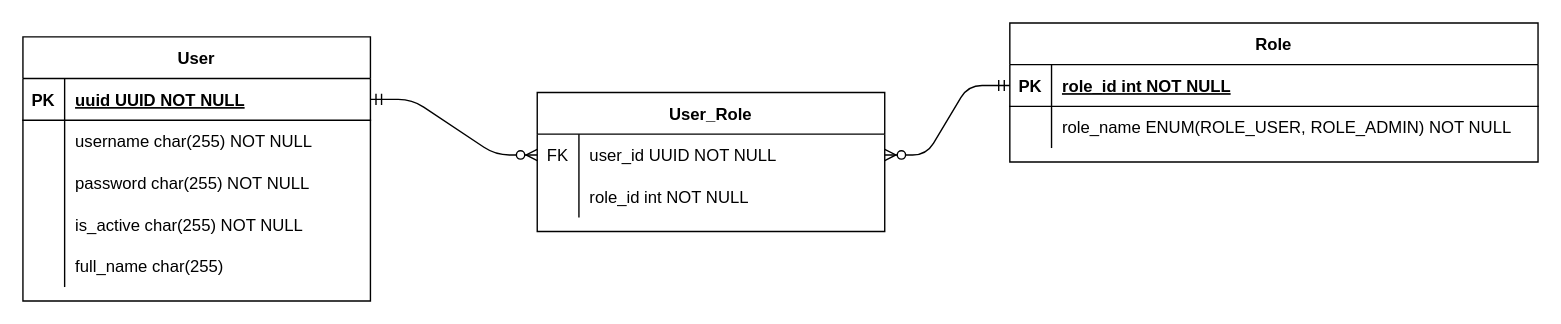
The draw.io diagram ERD.drawio in ThingooKNI/backend, before the edit. Source tidied: cells renumbered, new cells numbered last; positions are measured from the earlier drawing's top-left corner, leaving out a move shared by most shapes. Both pictures are drawn from the tidied source at 139%, with x=0, y=0 at pixel (22, 22).
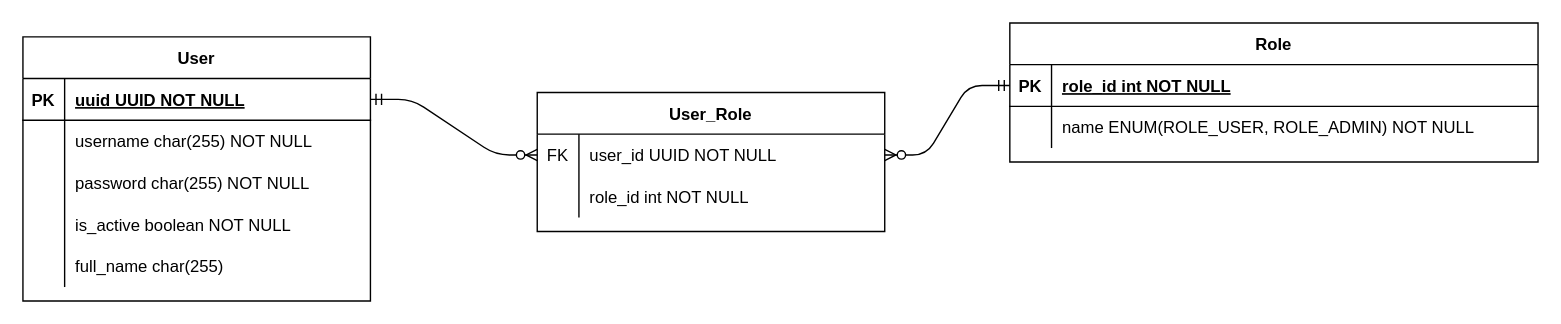
The same diagram, later.

Commit message:
Unify column names in ERD

The change refers to these unchanged cells:
```xml
<mxCell id="6" style="shape=partialRectangle;fillColor=none;top=0;left=0;right=0;bottom=0;" parent="2" vertex="1">
  <mxGeometry y="60" width="380" height="30" as="geometry" />
</mxCell>
<mxCell id="19" style="shape=partialRectangle;fillColor=none;top=0;left=0;right=0;bottom=0;" parent="9" vertex="1">
  <mxGeometry y="120" width="250" height="30" as="geometry" />
</mxCell>
```

The edit, as a diff of the source:
```diff
@@
-    <mxCell id="8" value="role_name ENUM(ROLE_USER, ROLE_ADMIN) NOT NULL" style="shape=partialRectangle;overflow=hidden;fillColor=none;top=0;left=0;bottom=0;right=0;align=left;spacingLeft=6;" parent="6" vertex="1">
+    <mxCell id="8" value="name ENUM(ROLE_USER, ROLE_ADMIN) NOT NULL" style="shape=partialRectangle;overflow=hidden;fillColor=none;top=0;left=0;bottom=0;right=0;align=left;spacingLeft=6;" parent="6" vertex="1">
       <mxGeometry x="30" width="350" height="30" as="geometry" />
     </mxCell>
@@
-    <mxCell id="21" value="is_active char(255) NOT NULL" style="shape=partialRectangle;overflow=hidden;fillColor=none;top=0;left=0;bottom=0;right=0;align=left;spacingLeft=6;" parent="19" vertex="1">
+    <mxCell id="21" value="is_active boolean NOT NULL" style="shape=partialRectangle;overflow=hidden;fillColor=none;top=0;left=0;bottom=0;right=0;align=left;spacingLeft=6;" parent="19" vertex="1">
       <mxGeometry x="30" width="220" height="30" as="geometry" />
     </mxCell>
```
